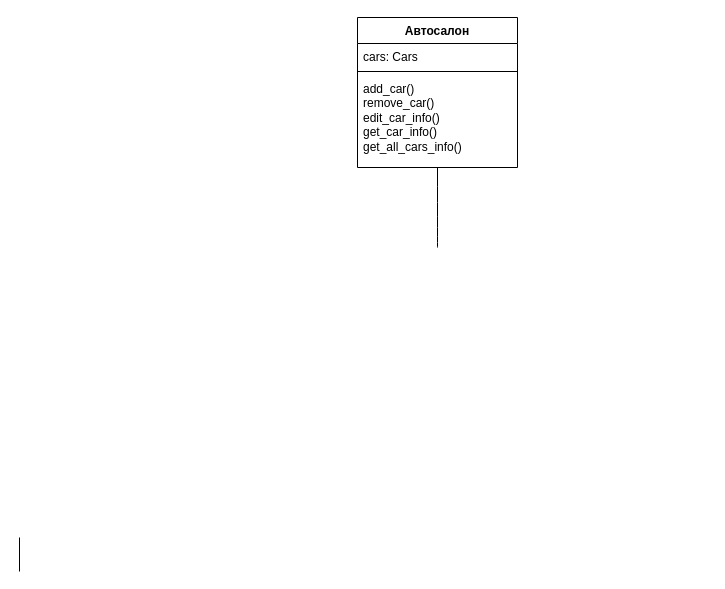
mati-tech/draw.io keeps this draw.io diagram as 5th_akmis_praktical.drawio. Above is the earlier version. Source tidied: cells renumbered, new cells numbered last; positions are measured from the earlier drawing's top-left corner, leaving out a move shared by most shapes. Both pictures are drawn from the tidied source at 100%, with x=0, y=0 at pixel (17, 17).
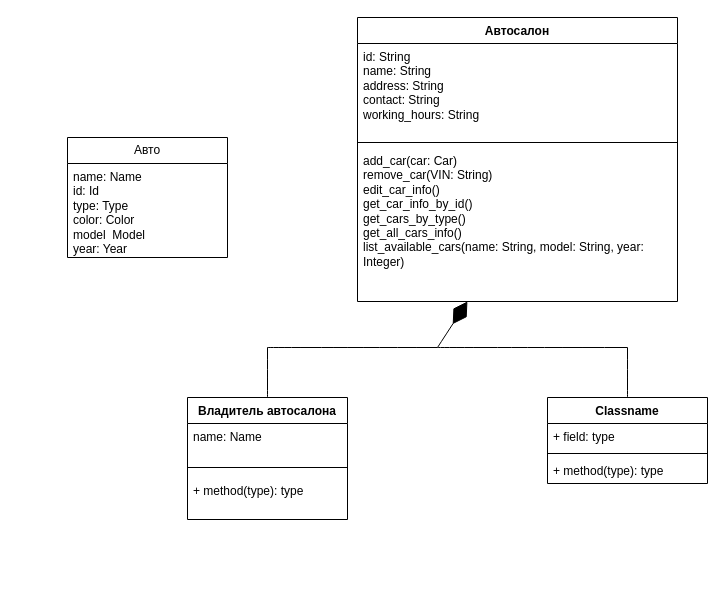
After the change.

Change to the diagram source:
```diff
@@
     <mxCell id="2" value="Автосалон" style="swimlane;fontStyle=1;align=center;verticalAlign=top;horizontal=1;startSize=26;whiteSpace=wrap;html=1;" parent="1" vertex="1">
-      <mxGeometry x="340" width="160" height="150" as="geometry" />
+      <mxGeometry x="340" width="320" height="284" as="geometry" />
     </mxCell>
-    <mxCell id="3" value="cars: Cars&lt;div&gt;&lt;div&gt;&lt;br&gt;&lt;/div&gt;&lt;/div&gt;" style="text;strokeColor=none;fillColor=none;align=left;verticalAlign=top;spacingLeft=4;spacingRight=4;overflow=hidden;whiteSpace=wrap;html=1;" parent="2" vertex="1">
-      <mxGeometry y="26" width="160" height="24" as="geometry" />
+    <mxCell id="3" value="&lt;div&gt;id: String&lt;/div&gt;name: String&lt;div&gt;address: String&lt;/div&gt;&lt;div&gt;contact: String&lt;/div&gt;&lt;div&gt;working_hours: String&lt;/div&gt;" style="text;strokeColor=none;fillColor=none;align=left;verticalAlign=top;spacingLeft=4;spacingRight=4;overflow=hidden;whiteSpace=wrap;html=1;" parent="2" vertex="1">
+      <mxGeometry y="26" width="320" height="94" as="geometry" />
     </mxCell>
     <mxCell id="4" style="line;strokeWidth=1;fillColor=none;align=left;verticalAlign=middle;spacingTop=-1;spacingLeft=3;spacingRight=3;labelPosition=right;strokeColor=inherit;" parent="2" vertex="1">
-      <mxGeometry y="50" width="160" height="8" as="geometry" />
+      <mxGeometry y="120" width="320" height="10" as="geometry" />
     </mxCell>
-    <mxCell id="5" value="add_car()&lt;div&gt;remove_car()&lt;/div&gt;&lt;div&gt;edit_car_info()&lt;/div&gt;&lt;div&gt;get_car_info()&lt;/div&gt;&lt;div&gt;get_all_cars_info()&lt;/div&gt;&lt;div&gt;&lt;br&gt;&lt;/div&gt;" style="text;strokeColor=none;fillColor=none;align=left;verticalAlign=top;spacingLeft=4;spacingRight=4;overflow=hidden;points=[[0,0.5],[1,0.5]];portConstraint=eastwest;whiteSpace=wrap;html=1;" parent="2" vertex="1">
-      <mxGeometry y="58" width="160" height="92" as="geometry" />
+    <mxCell id="5" value="add_car(car: Car)&lt;div&gt;remove_car(VIN: String)&lt;/div&gt;&lt;div&gt;edit_car_info()&lt;/div&gt;&lt;div&gt;get_car_info_by_id()&lt;/div&gt;&lt;div&gt;get_cars_by_type()&lt;/div&gt;&lt;div&gt;get_all_cars_info()&lt;/div&gt;&lt;div&gt;list_available_cars(name: String, model: String, year: Integer)&lt;/div&gt;&lt;div&gt;&lt;br&gt;&lt;/div&gt;" style="text;strokeColor=none;fillColor=none;align=left;verticalAlign=top;spacingLeft=4;spacingRight=4;overflow=hidden;points=[[0,0.5],[1,0.5]];portConstraint=eastwest;whiteSpace=wrap;html=1;" parent="2" vertex="1">
+      <mxGeometry y="130" width="320" height="154" as="geometry" />
     </mxCell>
-    <mxCell id="6" style="line;strokeWidth=1;fillColor=none;align=left;verticalAlign=middle;spacingTop=-1;spacingLeft=3;spacingRight=3;labelPosition=right;strokeColor=inherit;flipH=0;flipV=0;direction=south;" parent="1" vertex="1">
-      <mxGeometry y="520" width="4" height="34" as="geometry" />
-    </mxCell>
-    <mxCell id="7" style="endArrow=none;html=1;rounded=0;fontSize=12;startSize=8;endSize=8;curved=1;" parent="1" edge="1" target="5">
-      <mxGeometry relative="1" as="geometry">
-        <mxPoint x="420" y="230" as="sourcePoint" />
-      </mxGeometry>
-    </mxCell>
+    <mxCell id="8" value="Авто" style="swimlane;fontStyle=0;horizontal=1;startSize=26;fillColor=none;whiteSpace=wrap;html=1;" parent="1" vertex="1">
+      <mxGeometry x="50" y="120" width="160" height="120" as="geometry" />
+    </mxCell>
+    <mxCell id="9" value="&lt;div&gt;&lt;div&gt;name: Name&lt;/div&gt;&lt;div&gt;id: Id&lt;/div&gt;&lt;/div&gt;type: Type&lt;div&gt;color: Color&lt;/div&gt;&lt;div&gt;model&amp;nbsp; Model&amp;nbsp;&lt;/div&gt;&lt;div&gt;year: Year&lt;/div&gt;&lt;div&gt;&lt;br&gt;&lt;/div&gt;&lt;div&gt;&lt;br&gt;&lt;/div&gt;" style="text;strokeColor=none;fillColor=none;align=left;verticalAlign=top;spacingLeft=4;spacingRight=4;overflow=hidden;whiteSpace=wrap;html=1;" parent="8" vertex="1">
+      <mxGeometry y="26" width="160" height="94" as="geometry" />
+    </mxCell>
+    <mxCell id="10" style="endArrow=diamondThin;endFill=1;endSize=24;html=1;rounded=0;fontSize=12;curved=1;" parent="1" edge="1" target="5">
+      <mxGeometry relative="1" as="geometry">
+        <mxPoint x="420" y="330" as="sourcePoint" />
+      </mxGeometry>
+    </mxCell>
+    <mxCell id="11" value="Владитель автосалона" style="swimlane;fontStyle=1;align=center;verticalAlign=top;horizontal=1;startSize=26;whiteSpace=wrap;html=1;" parent="1" vertex="1">
+      <mxGeometry x="170" y="380" width="160" height="122" as="geometry" />
+    </mxCell>
+    <mxCell id="12" value="name: Name&lt;div&gt;&lt;br&gt;&lt;/div&gt;" style="text;strokeColor=none;fillColor=none;align=left;verticalAlign=top;spacingLeft=4;spacingRight=4;overflow=hidden;whiteSpace=wrap;html=1;" parent="11" vertex="1">
+      <mxGeometry y="26" width="160" height="34" as="geometry" />
+    </mxCell>
+    <mxCell id="13" style="line;strokeWidth=1;fillColor=none;align=left;verticalAlign=middle;spacingTop=-1;spacingLeft=3;spacingRight=3;labelPosition=right;strokeColor=inherit;" parent="11" vertex="1">
+      <mxGeometry y="60" width="160" height="20" as="geometry" />
+    </mxCell>
+    <mxCell id="14" value="+ method(type): type" style="text;strokeColor=none;fillColor=none;align=left;verticalAlign=top;spacingLeft=4;spacingRight=4;overflow=hidden;whiteSpace=wrap;html=1;" parent="11" vertex="1">
+      <mxGeometry y="80" width="160" height="42" as="geometry" />
+    </mxCell>
+    <mxCell id="15" value="Classname" style="swimlane;fontStyle=1;align=center;verticalAlign=top;horizontal=1;startSize=26;whiteSpace=wrap;html=1;" parent="1" vertex="1">
+      <mxGeometry x="530" y="380" width="160" height="86" as="geometry" />
+    </mxCell>
+    <mxCell id="16" value="+ field: type" style="text;strokeColor=none;fillColor=none;align=left;verticalAlign=top;spacingLeft=4;spacingRight=4;overflow=hidden;whiteSpace=wrap;html=1;" parent="15" vertex="1">
+      <mxGeometry y="26" width="160" height="26" as="geometry" />
+    </mxCell>
+    <mxCell id="17" style="line;strokeWidth=1;fillColor=none;align=left;verticalAlign=middle;spacingTop=-1;spacingLeft=3;spacingRight=3;labelPosition=right;strokeColor=inherit;" parent="15" vertex="1">
+      <mxGeometry y="52" width="160" height="8" as="geometry" />
+    </mxCell>
+    <mxCell id="18" value="+ method(type): type" style="text;strokeColor=none;fillColor=none;align=left;verticalAlign=top;spacingLeft=4;spacingRight=4;overflow=hidden;whiteSpace=wrap;html=1;" parent="15" vertex="1">
+      <mxGeometry y="60" width="160" height="26" as="geometry" />
+    </mxCell>
+    <mxCell id="19" style="endArrow=none;html=1;rounded=0;fontSize=12;startSize=8;endSize=8;curved=1;exitX=0.5;exitY=0;exitDx=0;exitDy=0;" parent="1" edge="1">
+      <mxGeometry relative="1" as="geometry">
+        <mxPoint x="250" y="380" as="sourcePoint" />
+        <mxPoint x="250" y="330" as="targetPoint" />
+      </mxGeometry>
+    </mxCell>
+    <mxCell id="20" style="endArrow=none;html=1;rounded=0;fontSize=12;startSize=8;endSize=8;curved=1;exitX=0.5;exitY=0;exitDx=0;exitDy=0;" parent="1" edge="1" source="15">
+      <mxGeometry relative="1" as="geometry">
+        <mxPoint x="610" y="330" as="targetPoint" />
+      </mxGeometry>
+    </mxCell>
+    <mxCell id="21" style="endArrow=none;html=1;rounded=0;fontSize=12;startSize=8;endSize=8;curved=1;" parent="1" edge="1">
+      <mxGeometry relative="1" as="geometry">
+        <mxPoint x="250" y="330" as="sourcePoint" />
+        <mxPoint x="420" y="330" as="targetPoint" />
+      </mxGeometry>
+    </mxCell>
+    <mxCell id="22" style="endArrow=none;html=1;rounded=0;fontSize=12;startSize=8;endSize=8;curved=1;" parent="1" edge="1">
+      <mxGeometry relative="1" as="geometry">
+        <mxPoint x="420" y="330" as="sourcePoint" />
+        <mxPoint x="610" y="330" as="targetPoint" />
+      </mxGeometry>
+    </mxCell>
```
